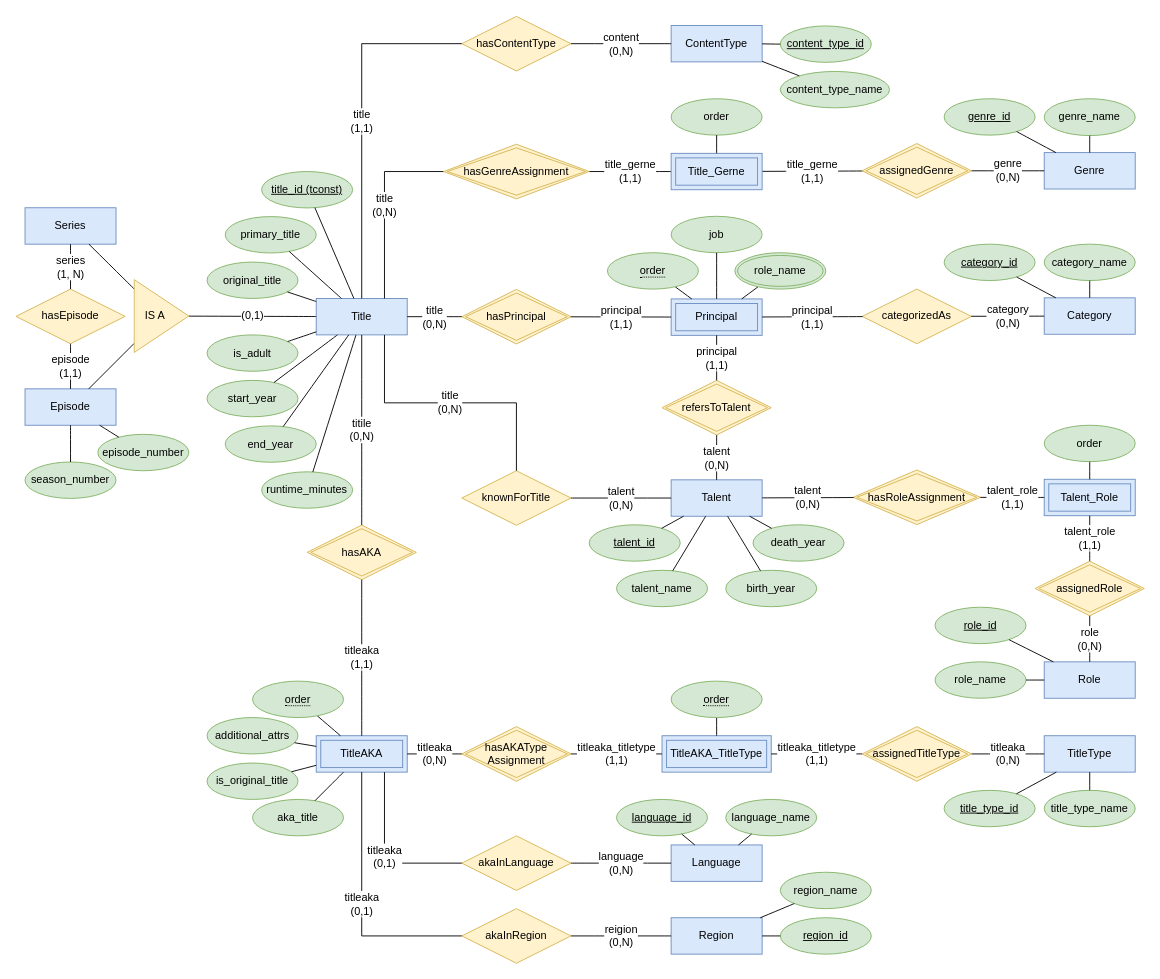
Before: page "20260306-normalization" (2 of 2) of docs/ERD.drawio in duvuvu/info9014-krr-project, a draw.io diagram. Source tidied: cells renumbered, new cells numbered last; positions are measured from the earlier drawing's top-left corner, leaving out a move shared by most shapes. Both pictures are drawn from the tidied source at 91%, with x=0, y=0 at pixel (15, 16).
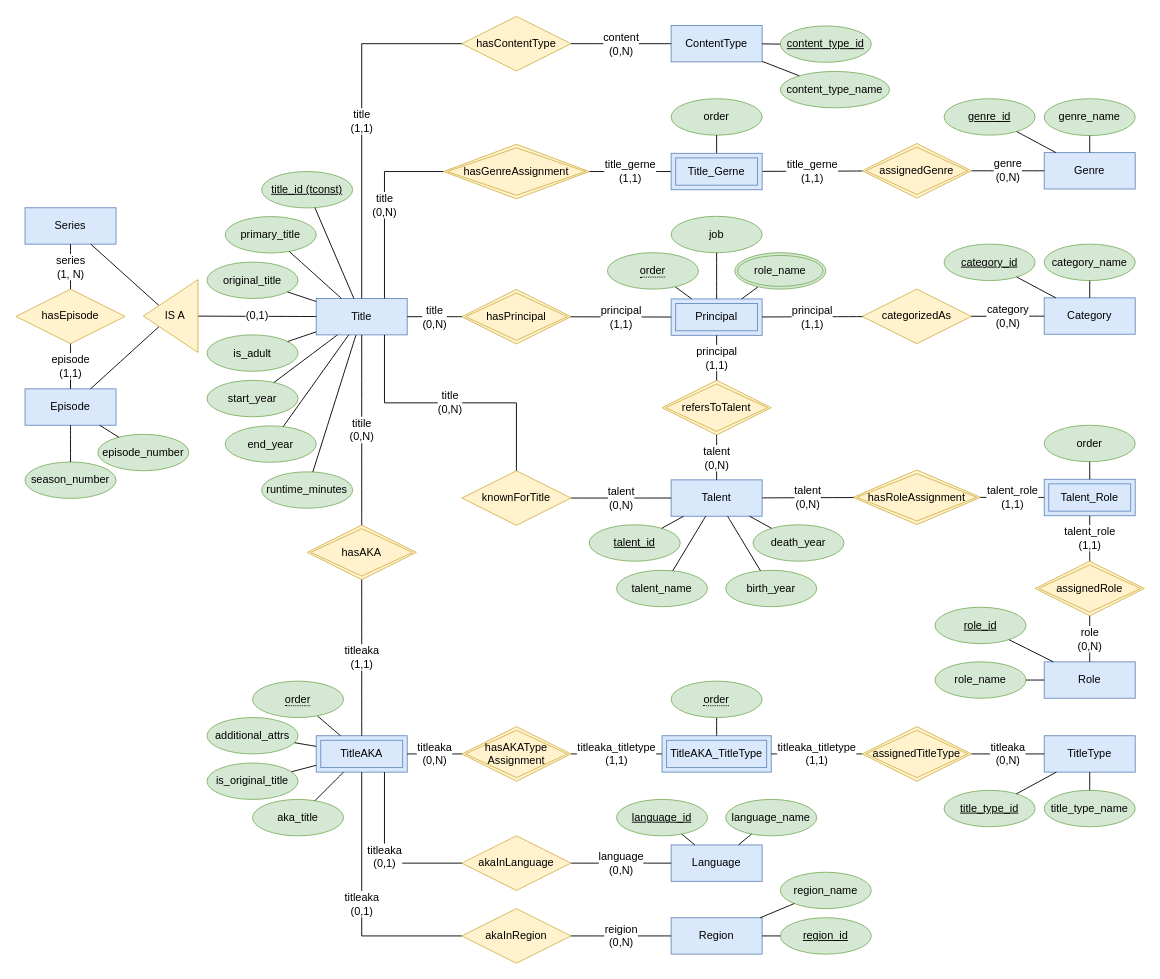
The same diagram, later.

What changed in the source:
```diff
@@
-    <mxCell id="141" value="&amp;nbsp; &amp;nbsp;IS A" style="triangle;whiteSpace=wrap;html=1;fillColor=#fff2cc;strokeColor=#d6b656;align=left;" parent="1" vertex="1">
-      <mxGeometry x="130" y="288.8" width="60" height="80" as="geometry" />
+    <mxCell id="141" value="&amp;nbsp; &amp;nbsp;IS A" style="triangle;whiteSpace=wrap;html=1;fillColor=#fff2cc;strokeColor=#d6b656;align=center;flipH=1;legacyAnchorPoints=0;" parent="1" vertex="1">
+      <mxGeometry x="140" y="288.8" width="60" height="80" as="geometry" />
     </mxCell>
```
